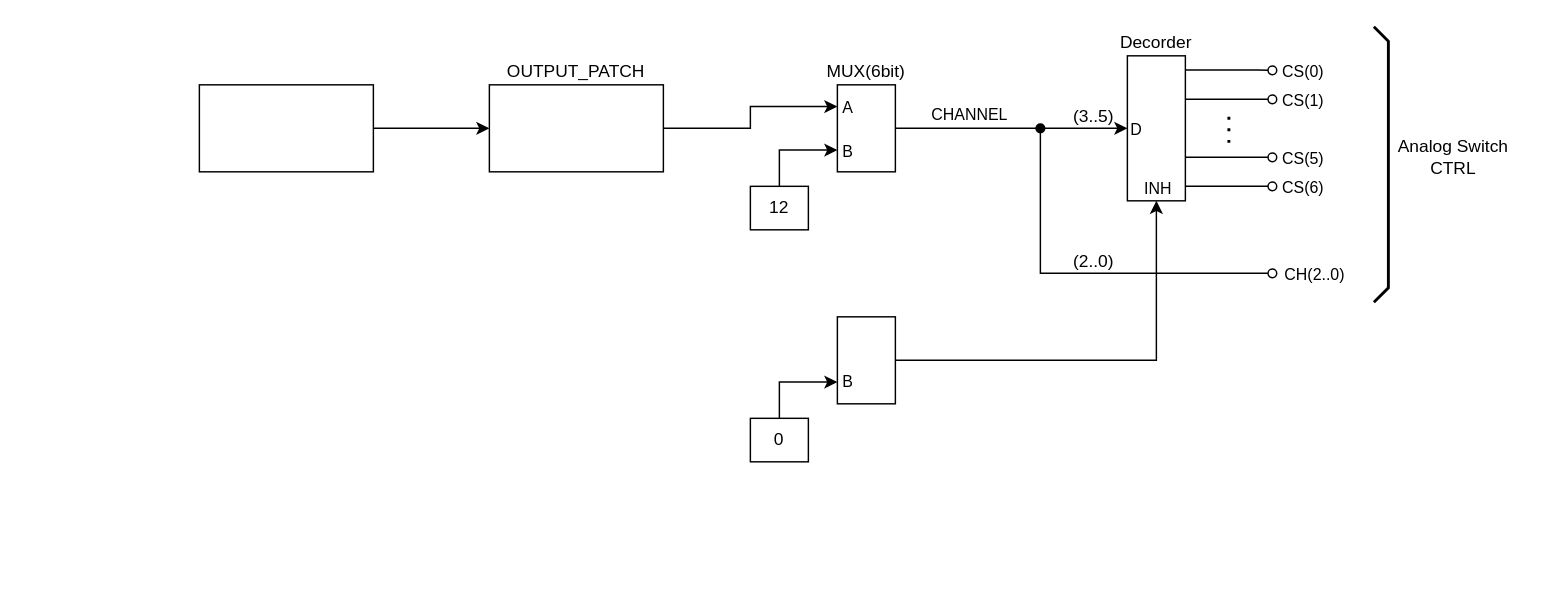
This is figures/ER524D_HDL_TopLevel_BlockDiagram.drawio from mm011106/CalCoilDriver, a draw.io file, before an edit. Source tidied: cells renumbered, new cells numbered last; positions are measured from the earlier drawing's top-left corner, leaving out a move shared by most shapes. Both pictures are drawn from the tidied source at 145%, with x=0, y=0 at pixel (199, 26).
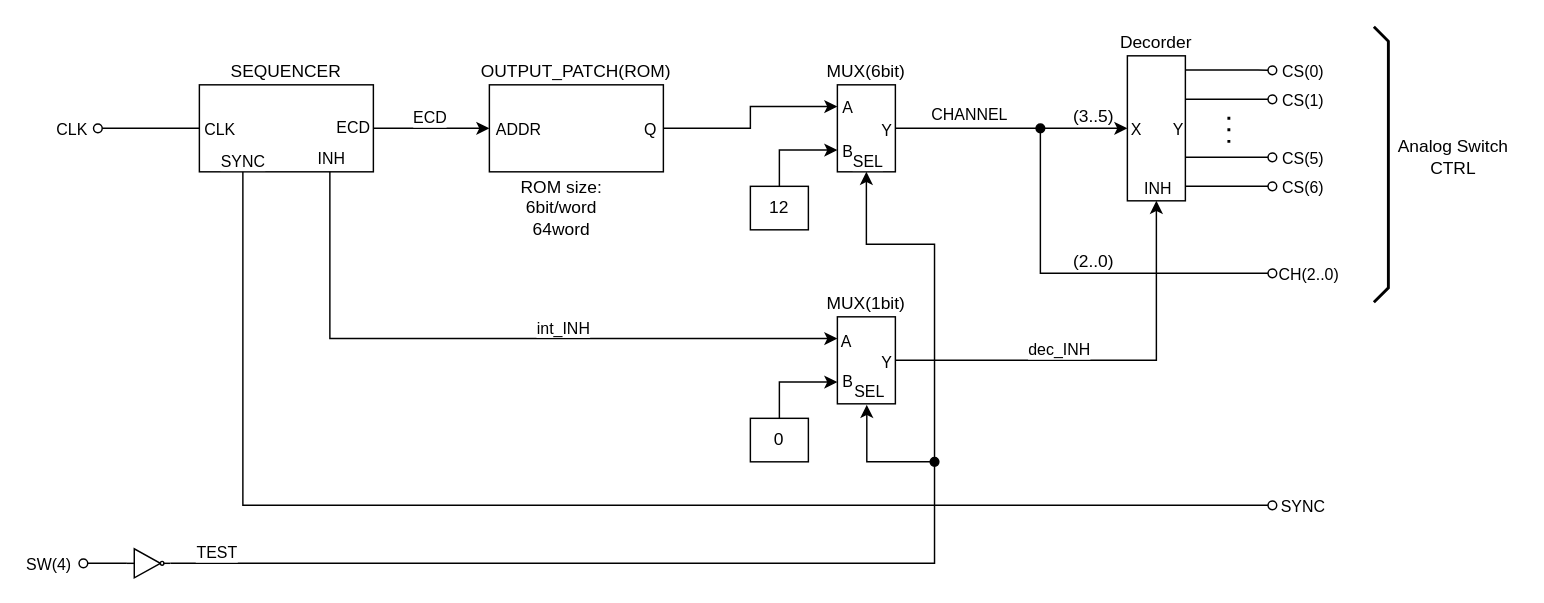
The same page after the edit.

Commit message (it also covers changes not shown here):
ER524D_HDL_TopLevel_BlockDiagram.drawio を更新します

The change refers to these unchanged cells:
```xml
<mxCell id="5" style="edgeStyle=orthogonalEdgeStyle;rounded=0;jettySize=auto;html=1;exitX=1;exitY=0.5;exitDx=0;exitDy=0;entryX=0;entryY=0.5;entryDx=0;entryDy=0;" parent="1" edge="1" source="6" target="9">
  <mxGeometry relative="1" as="geometry" />
</mxCell>
<mxCell id="7" style="edgeStyle=orthogonalEdgeStyle;rounded=0;jettySize=auto;html=1;exitX=1;exitY=0.5;exitDx=0;exitDy=0;entryX=0;entryY=0.25;entryDx=0;entryDy=0;" parent="1" edge="1" source="9" target="4">
  <mxGeometry relative="1" as="geometry" />
</mxCell>
<mxCell id="10" style="edgeStyle=orthogonalEdgeStyle;rounded=0;jettySize=auto;html=1;exitX=1;exitY=0.5;exitDx=0;exitDy=0;entryX=0;entryY=0.5;entryDx=0;entryDy=0;" parent="1" edge="1" source="4" target="3">
  <mxGeometry relative="1" as="geometry" />
</mxCell>
<mxCell id="13" style="edgeStyle=orthogonalEdgeStyle;rounded=0;jettySize=auto;html=1;exitX=1;exitY=0.5;exitDx=0;exitDy=0;entryX=0.5;entryY=1;entryDx=0;entryDy=0;" parent="1" edge="1" source="15" target="3">
  <mxGeometry relative="1" as="geometry" />
</mxCell>
<mxCell id="24" style="edgeStyle=orthogonalEdgeStyle;rounded=0;orthogonalLoop=1;jettySize=auto;html=1;exitX=1;exitY=0.25;exitDx=0;exitDy=0;endArrow=oval;endFill=0;" parent="1" edge="1">
  <mxGeometry relative="1" as="geometry">
    <mxPoint x="680" y="50" as="sourcePoint" />
    <mxPoint x="740" y="50" as="targetPoint" />
  </mxGeometry>
</mxCell>
<mxCell id="31" style="endArrow=oval;html=1;rounded=0;endFill=1;startArrow=oval;startFill=0;" parent="1" edge="1">
  <mxGeometry relative="1" as="geometry">
    <mxPoint x="740" y="170" as="sourcePoint" />
    <mxPoint x="580" y="70" as="targetPoint" />
    <Array as="points">
      <mxPoint x="580" y="170" />
    </Array>
  </mxGeometry>
</mxCell>
```

Change to the diagram source:
```diff
@@
+    <mxCell id="4" value="MUX(6bit)" style="rounded=0;whiteSpace=wrap;html=1;labelPosition=center;verticalLabelPosition=top;align=center;verticalAlign=bottom;" parent="1" vertex="1">
+      <mxGeometry x="440" y="40" width="40" height="60" as="geometry" />
+    </mxCell>
+    <mxCell id="6" value="SEQUENCER" style="rounded=0;whiteSpace=wrap;html=1;labelPosition=center;verticalLabelPosition=top;align=center;verticalAlign=bottom;" parent="1" vertex="1">
+      <mxGeometry y="40" width="120" height="60" as="geometry" />
+    </mxCell>
+    <mxCell id="36" style="edgeStyle=orthogonalEdgeStyle;rounded=0;jettySize=auto;html=1;exitX=0.25;exitY=1;exitDx=0;exitDy=0;endArrow=oval;endFill=0;" parent="1" edge="1" source="6">
+      <mxGeometry relative="1" as="geometry">
+        <mxPoint x="740" y="330" as="targetPoint" />
+        <Array as="points">
+          <mxPoint x="30" y="330" />
+        </Array>
+      </mxGeometry>
+    </mxCell>
+    <mxCell id="37" value="SYNC" style="edgeLabel;html=1;align=center;verticalAlign=middle;" parent="36" vertex="1">
+      <mxGeometry x="1" y="1" relative="1" as="geometry">
+        <mxPoint x="20" y="1" as="offset" />
+      </mxGeometry>
+    </mxCell>
+    <mxCell id="38" value="SYNC" style="edgeLabel;html=1;align=center;verticalAlign=middle;" parent="36" vertex="1">
+      <mxGeometry x="-0.97" y="-1" relative="1" as="geometry">
+        <mxPoint y="-22" as="offset" />
+      </mxGeometry>
+    </mxCell>
+    <mxCell id="9" value="OUTPUT_PATCH(ROM)" style="rounded=0;whiteSpace=wrap;html=1;labelPosition=center;verticalLabelPosition=top;align=center;verticalAlign=bottom;" parent="1" vertex="1">
+      <mxGeometry x="200" y="40" width="120" height="60" as="geometry" />
+    </mxCell>
+    <mxCell id="15" value="MUX(1bit)" style="rounded=0;whiteSpace=wrap;html=1;labelPosition=center;verticalLabelPosition=top;align=center;verticalAlign=bottom;" parent="1" vertex="1">
+      <mxGeometry x="440" y="200" width="40" height="60" as="geometry" />
+    </mxCell>
@@
-    <mxCell id="4" value="MUX(6bit)" style="rounded=0;whiteSpace=wrap;html=1;labelPosition=center;verticalLabelPosition=top;align=center;verticalAlign=bottom;" parent="1" vertex="1">
-      <mxGeometry x="440" y="40" width="40" height="60" as="geometry" />
-    </mxCell>
+    <mxCell id="39" style="edgeStyle=orthogonalEdgeStyle;rounded=0;orthogonalLoop=1;jettySize=auto;html=1;exitX=0.5;exitY=1;exitDx=0;exitDy=0;entryX=0.583;entryY=1.011;entryDx=0;entryDy=0;entryPerimeter=0;startArrow=classic;startFill=1;" parent="1" edge="1">
+      <mxGeometry relative="1" as="geometry">
+        <mxPoint x="460" y="100" as="sourcePoint" />
+        <mxPoint x="460.3" y="260.7" as="targetPoint" />
+        <Array as="points">
+          <mxPoint x="460" y="150" />
+          <mxPoint x="507" y="150" />
+          <mxPoint x="507" y="300" />
+          <mxPoint x="460" y="300" />
+        </Array>
+      </mxGeometry>
+    </mxCell>
+    <mxCell id="40" value="SEL" style="edgeLabel;html=1;align=center;verticalAlign=middle;" parent="39" vertex="1">
+      <mxGeometry x="-0.73" relative="1" as="geometry">
+        <mxPoint y="-53" as="offset" />
+      </mxGeometry>
+    </mxCell>
+    <mxCell id="41" value="SEL" style="edgeLabel;html=1;align=center;verticalAlign=middle;" parent="39" vertex="1">
+      <mxGeometry x="0.88" y="-1" relative="1" as="geometry">
+        <mxPoint y="-29" as="offset" />
+      </mxGeometry>
+    </mxCell>
@@
-    <mxCell id="6" style="rounded=0;whiteSpace=wrap;html=1;" parent="1" vertex="1">
-      <mxGeometry y="40" width="120" height="60" as="geometry" />
-    </mxCell>
+    <mxCell id="42" value="ADDR" style="edgeLabel;html=1;align=center;verticalAlign=middle;" parent="5" vertex="1">
+      <mxGeometry x="0.67" relative="1" as="geometry">
+        <mxPoint x="32" as="offset" />
+      </mxGeometry>
+    </mxCell>
+    <mxCell id="43" value="ECD" style="edgeLabel;html=1;align=center;verticalAlign=middle;" parent="5" vertex="1">
+      <mxGeometry x="-0.46" y="1" relative="1" as="geometry">
+        <mxPoint x="16" y="-7" as="offset" />
+      </mxGeometry>
+    </mxCell>
+    <mxCell id="44" value="ECD" style="edgeLabel;html=1;align=center;verticalAlign=middle;" parent="5" vertex="1">
+      <mxGeometry x="-0.58" y="1" relative="1" as="geometry">
+        <mxPoint x="-32" as="offset" />
+      </mxGeometry>
+    </mxCell>
+    <mxCell id="45" style="edgeStyle=orthogonalEdgeStyle;rounded=0;jettySize=auto;html=1;exitX=0.75;exitY=1;exitDx=0;exitDy=0;entryX=0;entryY=0.25;entryDx=0;entryDy=0;" parent="1" edge="1" source="6" target="15">
+      <mxGeometry relative="1" as="geometry" />
+    </mxCell>
+    <mxCell id="46" value="A" style="edgeLabel;html=1;align=center;verticalAlign=middle;" parent="45" vertex="1">
+      <mxGeometry x="0.95" y="-1" relative="1" as="geometry">
+        <mxPoint x="17" as="offset" />
+      </mxGeometry>
+    </mxCell>
+    <mxCell id="47" value="INH" style="edgeLabel;html=1;align=center;verticalAlign=middle;" parent="45" vertex="1">
+      <mxGeometry x="-0.96" relative="1" as="geometry">
+        <mxPoint y="-19" as="offset" />
+      </mxGeometry>
+    </mxCell>
+    <mxCell id="48" value="int_INH" style="edgeLabel;html=1;align=center;verticalAlign=middle;" parent="45" vertex="1">
+      <mxGeometry x="-0.29" y="-1" relative="1" as="geometry">
+        <mxPoint x="110" y="-9" as="offset" />
+      </mxGeometry>
+    </mxCell>
@@
-    <mxCell id="9" value="OUTPUT_PATCH" style="rounded=0;whiteSpace=wrap;html=1;labelPosition=center;verticalLabelPosition=top;align=center;verticalAlign=bottom;" parent="1" vertex="1">
-      <mxGeometry x="200" y="40" width="120" height="60" as="geometry" />
-    </mxCell>
+    <mxCell id="49" value="Q" style="edgeLabel;html=1;align=center;verticalAlign=middle;" parent="7" vertex="1">
+      <mxGeometry x="-0.8" relative="1" as="geometry">
+        <mxPoint x="-23" as="offset" />
+      </mxGeometry>
+    </mxCell>
@@
-    <mxCell id="12" value="D" style="edgeLabel;html=1;align=center;verticalAlign=middle;" parent="10" vertex="1">
+    <mxCell id="12" value="X" style="edgeLabel;html=1;align=center;verticalAlign=middle;" parent="10" vertex="1">
       <mxGeometry x="0.82" relative="1" as="geometry">
         <mxPoint x="19" as="offset" />
       </mxGeometry>
     </mxCell>
+    <mxCell id="50" value="Y" style="edgeLabel;html=1;align=center;verticalAlign=middle;" parent="10" vertex="1">
+      <mxGeometry x="-0.81" y="-1" relative="1" as="geometry">
+        <mxPoint x="-22" as="offset" />
+      </mxGeometry>
+    </mxCell>
@@
-    <mxCell id="15" style="rounded=0;whiteSpace=wrap;html=1;" parent="1" vertex="1">
-      <mxGeometry x="440" y="200" width="40" height="60" as="geometry" />
-    </mxCell>
+    <mxCell id="51" value="Y" style="edgeLabel;html=1;align=center;verticalAlign=middle;" parent="13" vertex="1">
+      <mxGeometry x="-0.86" y="-1" relative="1" as="geometry">
+        <mxPoint x="-27" as="offset" />
+      </mxGeometry>
+    </mxCell>
+    <mxCell id="52" value="dec_INH" style="edgeLabel;html=1;align=center;verticalAlign=middle;" parent="13" vertex="1">
+      <mxGeometry x="-0.23" y="2" relative="1" as="geometry">
+        <mxPoint y="-6" as="offset" />
+      </mxGeometry>
+    </mxCell>
@@
+    <mxCell id="53" value="Y" style="edgeLabel;html=1;align=center;verticalAlign=middle;" parent="24" vertex="1">
+      <mxGeometry x="-1" relative="1" as="geometry">
+        <mxPoint x="-6" y="20" as="offset" />
+      </mxGeometry>
+    </mxCell>
@@
     <mxCell id="32" value="CH(2..0)" style="edgeLabel;html=1;align=center;verticalAlign=middle;" parent="31" vertex="1">
       <mxGeometry x="-0.73" y="2" relative="1" as="geometry">
-        <mxPoint x="63" y="-2" as="offset" />
+        <mxPoint x="59" y="-2" as="offset" />
       </mxGeometry>
     </mxCell>
@@
+    <mxCell id="54" value="ROM size:&lt;div&gt;6bit/word&lt;/div&gt;&lt;div&gt;64word&lt;/div&gt;" style="text;html=1;align=center;verticalAlign=middle;whiteSpace=wrap;rounded=0;" parent="1" vertex="1">
+      <mxGeometry x="220" y="110" width="60" height="30" as="geometry" />
+    </mxCell>
+    <mxCell id="55" style="edgeStyle=orthogonalEdgeStyle;rounded=0;jettySize=auto;html=1;exitX=0;exitY=0.5;exitDx=0;exitDy=0;endArrow=oval;endFill=0;startArrow=none;startFill=0;" parent="1" edge="1" source="6">
+      <mxGeometry relative="1" as="geometry">
+        <mxPoint x="-70" y="70" as="targetPoint" />
+      </mxGeometry>
+    </mxCell>
+    <mxCell id="56" value="CLK" style="edgeLabel;html=1;align=center;verticalAlign=middle;" parent="55" vertex="1">
+      <mxGeometry x="0.96" relative="1" as="geometry">
+        <mxPoint x="-20" as="offset" />
+      </mxGeometry>
+    </mxCell>
+    <mxCell id="57" value="CLK" style="edgeLabel;html=1;align=center;verticalAlign=middle;" parent="55" vertex="1">
+      <mxGeometry x="-0.62" relative="1" as="geometry">
+        <mxPoint x="26" as="offset" />
+      </mxGeometry>
+    </mxCell>
+    <mxCell id="58" style="endArrow=oval;html=1;rounded=0;endFill=1;startArrow=none;startFill=0;" parent="1" edge="1" source="62">
+      <mxGeometry relative="1" as="geometry">
+        <mxPoint x="507" y="300" as="targetPoint" />
+        <Array as="points">
+          <mxPoint x="507" y="370" />
+        </Array>
+      </mxGeometry>
+    </mxCell>
+    <mxCell id="59" style="endArrow=none;html=1;rounded=0;endFill=0;startArrow=oval;startFill=0;" parent="1" edge="1" target="62">
+      <mxGeometry relative="1" as="geometry">
+        <mxPoint x="-80" y="370" as="sourcePoint" />
+      </mxGeometry>
+    </mxCell>
+    <mxCell id="60" value="SW(4)" style="edgeLabel;html=1;align=center;verticalAlign=middle;" parent="59" vertex="1">
+      <mxGeometry x="-0.99" relative="1" as="geometry">
+        <mxPoint x="-25" as="offset" />
+      </mxGeometry>
+    </mxCell>
+    <mxCell id="61" value="TEST" style="edgeLabel;html=1;align=center;verticalAlign=middle;" parent="59" vertex="1">
+      <mxGeometry x="-0.95" relative="1" as="geometry">
+        <mxPoint x="90" y="-8" as="offset" />
+      </mxGeometry>
+    </mxCell>
+    <mxCell id="62" style="verticalLabelPosition=bottom;shadow=0;dashed=0;align=center;html=1;verticalAlign=top;shape=mxgraph.electrical.logic_gates.inverter_2;" parent="1" vertex="1">
+      <mxGeometry x="-50" y="360" width="30" height="20" as="geometry" />
+    </mxCell>
```
